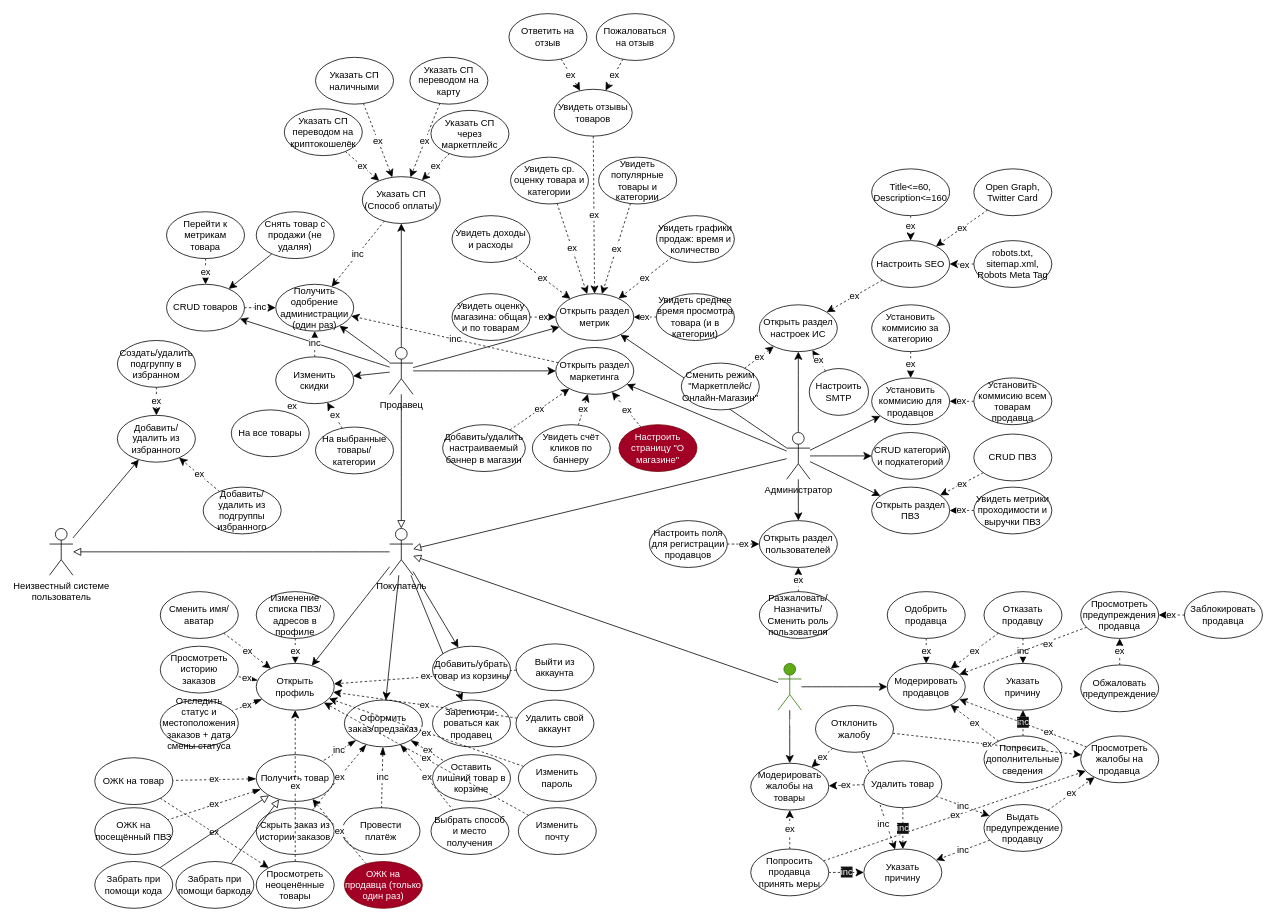
d0lmany/TEWA keeps this draw.io diagram as page "Копия useCases" (7 of 7) of docs/TEWA - 1 step.drawio. Above is the earlier version. Source tidied: cells renumbered, new cells numbered last; positions are measured from the earlier drawing's top-left corner, leaving out a move shared by most shapes. Both pictures are drawn from the tidied source at 78%, with x=0, y=0 at pixel (49, 13).
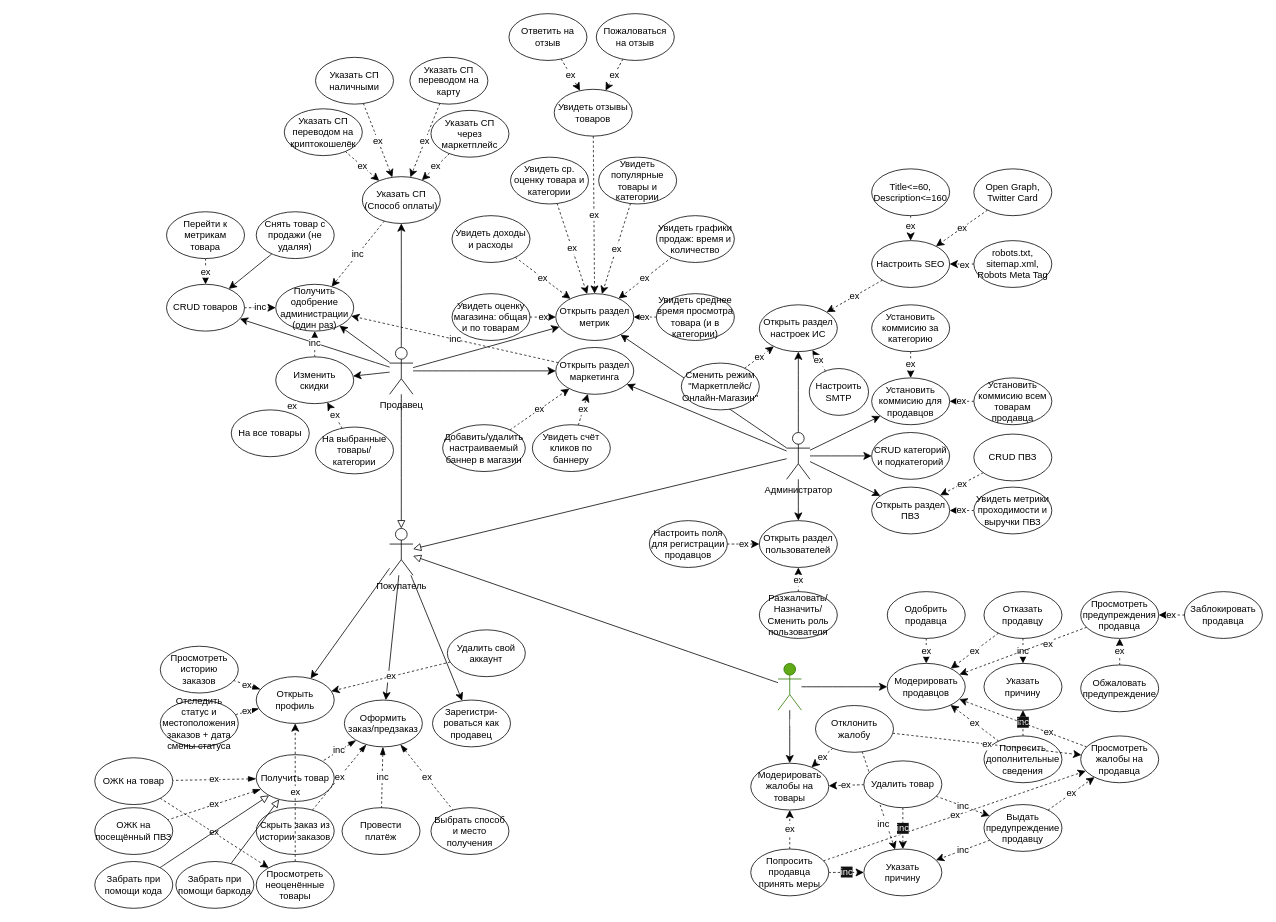
The same page after the edit.

Unchanged cells that the change refers to:
```xml
<mxCell id="10" value="Покупатель" style="shape=umlActor;verticalLabelPosition=bottom;verticalAlign=top;html=1;outlineConnect=0;" parent="1" vertex="1">
  <mxGeometry x="436" y="660" width="30" height="60" as="geometry" />
</mxCell>
<mxCell id="42" value="Оформить&lt;div&gt;заказ/предзаказ&lt;/div&gt;" style="ellipse;whiteSpace=wrap;html=1;" parent="1" vertex="1">
  <mxGeometry x="378" y="880" width="100" height="60" as="geometry" />
</mxCell>
<mxCell id="48" value="Получить товар" style="ellipse;whiteSpace=wrap;html=1;" parent="1" vertex="1">
  <mxGeometry x="265" y="950" width="100" height="60" as="geometry" />
</mxCell>
<mxCell id="64" value="Открыть раздел маркетинга" style="ellipse;whiteSpace=wrap;html=1;" parent="1" vertex="1">
  <mxGeometry x="649" y="428" width="100" height="60" as="geometry" />
</mxCell>
```

Change to the diagram source:
```diff
@@
-    <mxCell id="2" style="edgeStyle=none;curved=1;rounded=0;jettySize=auto;html=1;fontSize=12;startSize=8;endSize=8;" parent="1" edge="1" source="3" target="51">
-      <mxGeometry relative="1" as="geometry" />
-    </mxCell>
-    <mxCell id="3" value="Неизвестный системе&lt;div&gt;пользователь&lt;/div&gt;" style="shape=umlActor;verticalLabelPosition=bottom;verticalAlign=top;html=1;outlineConnect=0;" parent="1" vertex="1">
-      <mxGeometry y="660" width="30" height="60" as="geometry" />
-    </mxCell>
-    <mxCell id="4" style="edgeStyle=none;curved=1;rounded=0;jettySize=auto;html=1;fontSize=12;startSize=8;endSize=8;endArrow=block;endFill=0;" parent="1" edge="1" source="10" target="3">
-      <mxGeometry relative="1" as="geometry" />
-    </mxCell>
-    <mxCell id="5" style="edgeStyle=none;curved=1;rounded=0;jettySize=auto;html=1;fontSize=12;startSize=8;endSize=8;" parent="1" edge="1" source="10" target="34">
-      <mxGeometry relative="1" as="geometry" />
-    </mxCell>
@@
-    <mxCell id="9" value="ех" style="edgeStyle=none;curved=1;rounded=0;jettySize=auto;html=1;fontSize=12;startSize=8;endSize=8;dashed=1;" parent="1" edge="1" source="139" target="54">
-      <mxGeometry relative="1" as="geometry" />
-    </mxCell>
@@
-    <mxCell id="33" value="Оставить лишний товар в корзине" style="ellipse;whiteSpace=wrap;html=1;" parent="1" vertex="1">
-      <mxGeometry x="491" y="950" width="100" height="60" as="geometry" />
-    </mxCell>
-    <mxCell id="34" value="Добавить/убрать товар из корзины" style="ellipse;whiteSpace=wrap;html=1;" parent="1" vertex="1">
-      <mxGeometry x="491" y="811" width="100" height="60" as="geometry" />
-    </mxCell>
-    <mxCell id="35" value="ех" style="edgeStyle=none;curved=1;rounded=0;jettySize=auto;html=1;fontSize=12;startSize=8;endSize=8;dashed=1;" parent="1" edge="1" source="36" target="54">
-      <mxGeometry relative="1" as="geometry" />
-    </mxCell>
-    <mxCell id="36" value="Изменение списка ПВЗ/адресов в профиле" style="ellipse;whiteSpace=wrap;html=1;" parent="1" vertex="1">
-      <mxGeometry x="265" y="741" width="100" height="60" as="geometry" />
-    </mxCell>
-    <mxCell id="37" value="ex" style="edgeStyle=none;curved=1;rounded=0;jettySize=auto;html=1;fontSize=12;startSize=8;endSize=8;dashed=1;startArrow=blockThin;startFill=1;endArrow=none;endFill=0;" parent="1" edge="1" source="42" target="33">
-      <mxGeometry relative="1" as="geometry" />
-    </mxCell>
@@
-    <mxCell id="51" value="Добавить/ удалить из избранного" style="ellipse;whiteSpace=wrap;html=1;" parent="1" vertex="1">
-      <mxGeometry x="87" y="515" width="100" height="60" as="geometry" />
-    </mxCell>
@@
     <mxCell id="54" value="Открыть профиль" style="ellipse;whiteSpace=wrap;html=1;" parent="1" vertex="1">
-      <mxGeometry x="265" y="833" width="100" height="60" as="geometry" />
+      <mxGeometry x="265" y="850" width="100" height="60" as="geometry" />
     </mxCell>
@@
-    <mxCell id="57" value="ех" style="edgeStyle=none;curved=1;rounded=0;jettySize=auto;html=1;fontSize=12;startSize=8;endSize=8;dashed=1;" parent="1" edge="1" source="58" target="54">
-      <mxGeometry relative="1" as="geometry" />
-    </mxCell>
-    <mxCell id="58" value="Сменить имя/аватар" style="ellipse;whiteSpace=wrap;html=1;" parent="1" vertex="1">
-      <mxGeometry x="142" y="741" width="100" height="60" as="geometry" />
-    </mxCell>
@@
-    <mxCell id="69" value="ех" style="edgeStyle=none;curved=1;rounded=0;jettySize=auto;html=1;fontSize=12;startSize=8;endSize=8;dashed=1;" parent="1" edge="1" source="70" target="64">
-      <mxGeometry relative="1" as="geometry" />
-    </mxCell>
-    <mxCell id="70" value="Настроить страницу &quot;О магазине&quot;" style="ellipse;whiteSpace=wrap;html=1;fillColor=#a20025;fontColor=#ffffff;strokeColor=#6F0000;" parent="1" vertex="1">
-      <mxGeometry x="730" y="527" width="100" height="60" as="geometry" />
-    </mxCell>
@@
-    <mxCell id="139" value="Выйти из аккаунта" style="ellipse;whiteSpace=wrap;html=1;" parent="1" vertex="1">
-      <mxGeometry x="598" y="808" width="100" height="60" as="geometry" />
-    </mxCell>
@@
     <mxCell id="141" value="Удалить свой аккаунт" style="ellipse;whiteSpace=wrap;html=1;" parent="1" vertex="1">
-      <mxGeometry x="598" y="880" width="100" height="60" as="geometry" />
+      <mxGeometry x="510" y="790" width="100" height="60" as="geometry" />
     </mxCell>
-    <mxCell id="142" value="ех" style="edgeStyle=none;curved=1;rounded=0;jettySize=auto;html=1;fontSize=12;startSize=8;endSize=8;dashed=1;" parent="1" edge="1" source="143" target="54">
-      <mxGeometry relative="1" as="geometry" />
-    </mxCell>
-    <mxCell id="143" value="Изменить&lt;div&gt;пароль&lt;/div&gt;" style="ellipse;whiteSpace=wrap;html=1;" parent="1" vertex="1">
-      <mxGeometry x="601" y="950" width="100" height="60" as="geometry" />
-    </mxCell>
-    <mxCell id="144" value="ех" style="edgeStyle=none;curved=1;rounded=0;jettySize=auto;html=1;fontSize=12;startSize=8;endSize=8;dashed=1;" parent="1" edge="1" source="145" target="54">
-      <mxGeometry relative="1" as="geometry" />
-    </mxCell>
-    <mxCell id="145" value="Изменить&lt;div&gt;почту&lt;/div&gt;" style="ellipse;whiteSpace=wrap;html=1;" parent="1" vertex="1">
-      <mxGeometry x="601" y="1018" width="100" height="60" as="geometry" />
-    </mxCell>
@@
-    <mxCell id="187" value="ех" style="edgeStyle=none;curved=1;rounded=0;jettySize=auto;html=1;fontSize=12;startSize=8;endSize=8;dashed=1;" parent="1" edge="1" source="188" target="51">
-      <mxGeometry relative="1" as="geometry" />
-    </mxCell>
-    <mxCell id="188" value="Добавить/ удалить из подгруппы избранного" style="ellipse;whiteSpace=wrap;html=1;" parent="1" vertex="1">
-      <mxGeometry x="197" y="607" width="100" height="60" as="geometry" />
-    </mxCell>
-    <mxCell id="189" value="ех" style="edgeStyle=none;curved=1;rounded=0;jettySize=auto;html=1;fontSize=12;startSize=8;endSize=8;dashed=1;" parent="1" edge="1" source="190" target="51">
-      <mxGeometry relative="1" as="geometry" />
-    </mxCell>
-    <mxCell id="190" value="Создать/удалить подгруппу в избранном" style="ellipse;whiteSpace=wrap;html=1;" parent="1" vertex="1">
-      <mxGeometry x="87" y="419" width="100" height="60" as="geometry" />
-    </mxCell>
-    <mxCell id="191" value="ех" style="edgeStyle=none;curved=1;rounded=0;jettySize=auto;html=1;fontSize=12;startSize=8;endSize=8;dashed=1;" parent="1" edge="1" source="192" target="48">
-      <mxGeometry relative="1" as="geometry" />
-    </mxCell>
-    <mxCell id="192" value="ОЖК на продавца (только один раз)" style="ellipse;whiteSpace=wrap;html=1;fillColor=#a20025;fontColor=#ffffff;strokeColor=#6F0000;" parent="1" vertex="1">
-      <mxGeometry x="378" y="1087" width="100" height="60" as="geometry" />
-    </mxCell>
```
